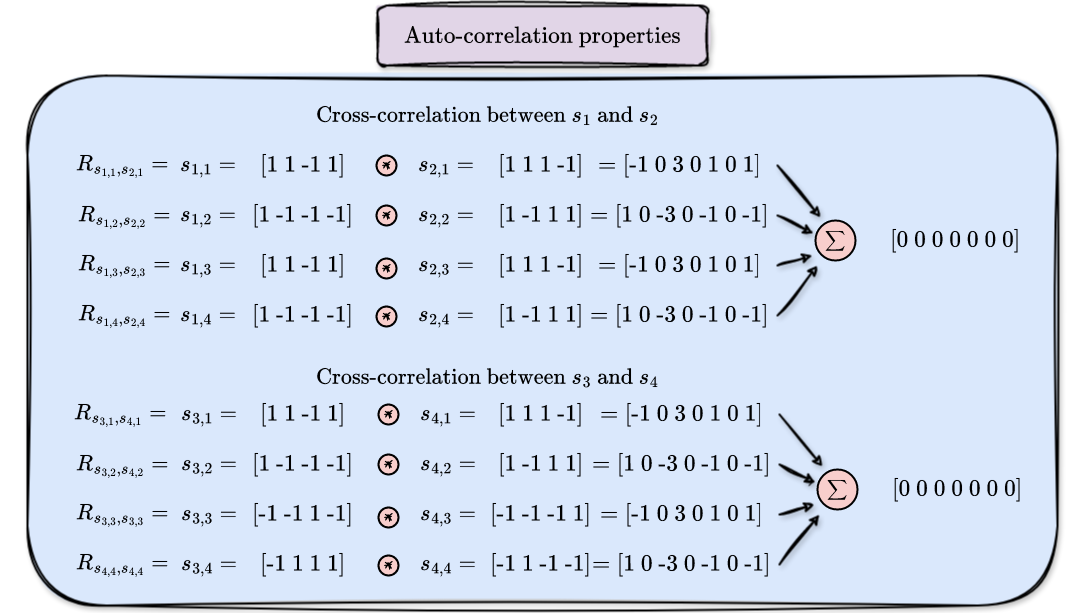
Earlier version of the draw.io export img/crosscorrelationccc.png (Tamraoui/CompleteComplementaryCodes). Source tidied: cells renumbered, new cells last; positions are measured from the earlier drawing's top-left corner, leaving out a move shared by most shapes.
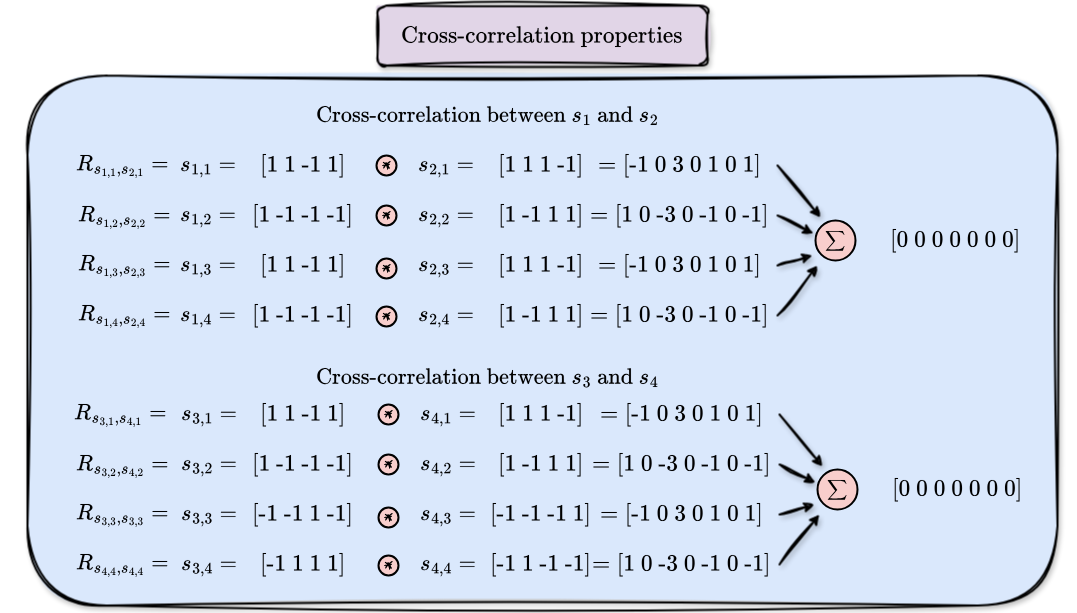
After the change.

What changed in the source:
```diff
@@ -296,7 +296,7 @@
     <mxCell id="91" value="$$\text{Cross-correlation between } s_3 \text{&amp;nbsp; and&amp;nbsp; } s_4$$" style="text;html=1;align=center;verticalAlign=middle;strokeColor=none;fillColor=none;fontSize=19;" parent="4" vertex="1">
       <mxGeometry x="227" y="262" width="520" height="40" as="geometry" />
     </mxCell>
-    <mxCell id="92" value="$$\text{Auto-correlation properties}$$" style="rounded=1;whiteSpace=wrap;html=1;fontSize=20;strokeWidth=2;sketch=1;curveFitting=1;jiggle=2;shadow=1;fillColor=#e1d5e7;strokeColor=#000000;fillStyle=solid;" parent="2" vertex="1">
+    <mxCell id="92" value="$$\text{Cross-correlation properties}$$" style="rounded=1;whiteSpace=wrap;html=1;fontSize=20;strokeWidth=2;sketch=1;curveFitting=1;jiggle=2;shadow=1;fillColor=#e1d5e7;strokeColor=#000000;fillStyle=solid;" parent="2" vertex="1">
       <mxGeometry x="377" width="330" height="60" as="geometry" />
     </mxCell>
   </root>
```
